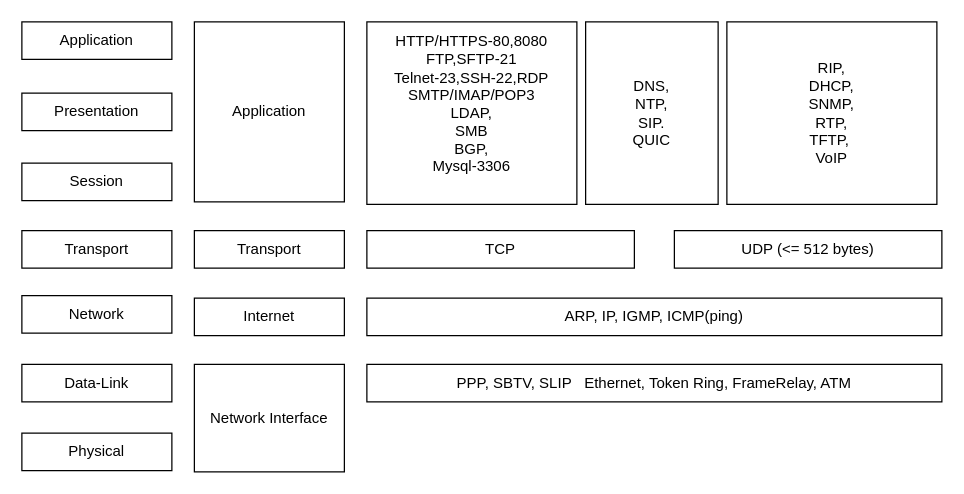
Earlier version of the draw.io diagram internet_protocol.drawio (Albert-W/Draw_io). Source tidied: cells renumbered, new cells numbered last; positions are measured from the earlier drawing's top-left corner, leaving out a move shared by most shapes. Both pictures are drawn from the tidied source at 125%, with x=0, y=0 at pixel (21, 21).
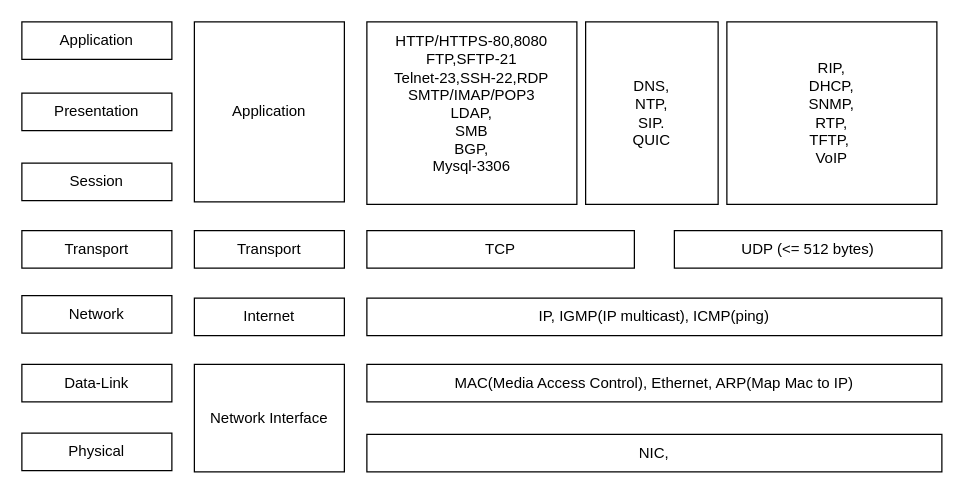
The same page after the edit.

What changed in the source:
```diff
@@
-    <mxCell id="13" value="PPP, SBTV, SLIP&amp;nbsp; &amp;nbsp;Ethernet, Token Ring, FrameRelay, ATM" style="rounded=0;whiteSpace=wrap;html=1;" parent="1" vertex="1">
+    <mxCell id="13" value="MAC(Media Access Control), Ethernet, ARP(Map Mac to IP)" style="rounded=0;whiteSpace=wrap;html=1;" parent="1" vertex="1">
       <mxGeometry x="276" y="274" width="460" height="30" as="geometry" />
     </mxCell>
-    <mxCell id="14" value="ARP, IP, IGMP, ICMP(ping)" style="rounded=0;whiteSpace=wrap;html=1;" parent="1" vertex="1">
+    <mxCell id="14" value="IP, IGMP(IP multicast), ICMP(ping)" style="rounded=0;whiteSpace=wrap;html=1;" parent="1" vertex="1">
       <mxGeometry x="276" y="221" width="460" height="30" as="geometry" />
     </mxCell>
@@
+    <mxCell id="20" value="NIC," style="rounded=0;whiteSpace=wrap;html=1;" parent="1" vertex="1">
+      <mxGeometry x="276" y="330" width="460" height="30" as="geometry" />
+    </mxCell>
```
